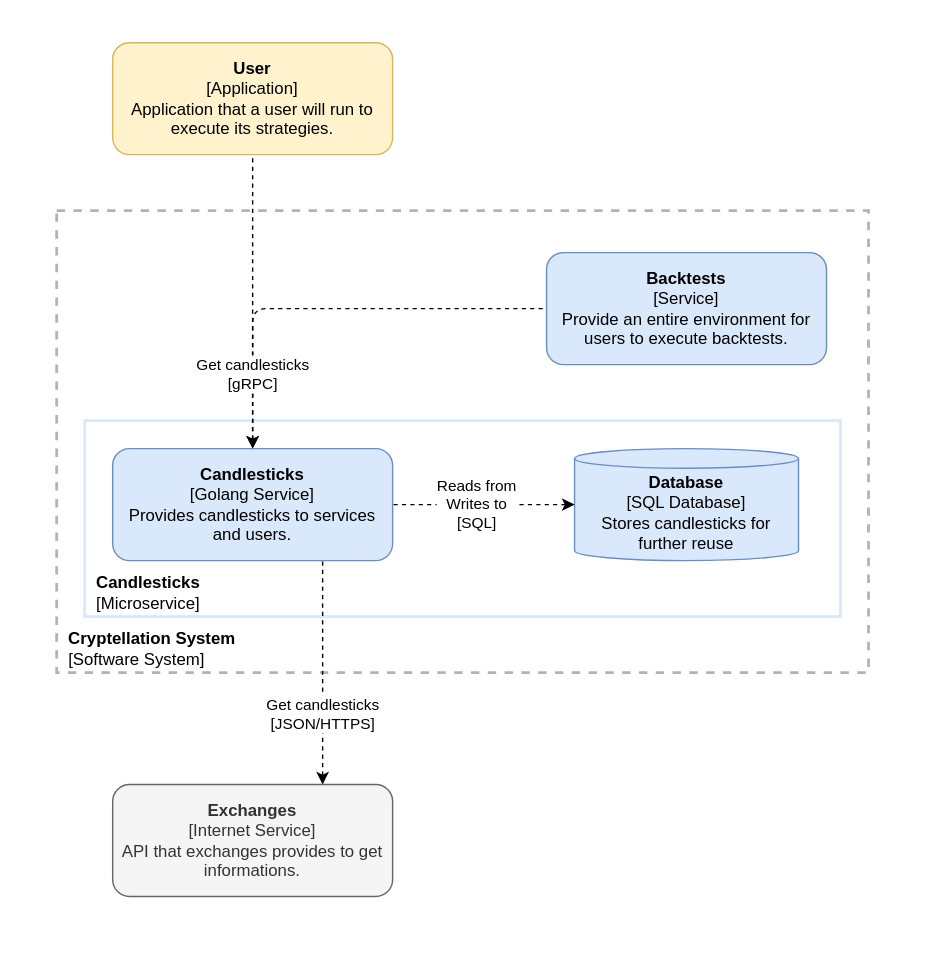
Earlier version of the draw.io export website/docs/services/candlesticks/internal/container-diagram.svg (lerenn/cryptellation). Source tidied: cells renumbered, new cells last; positions are measured from the earlier drawing's top-left corner, leaving out a move shared by most shapes.
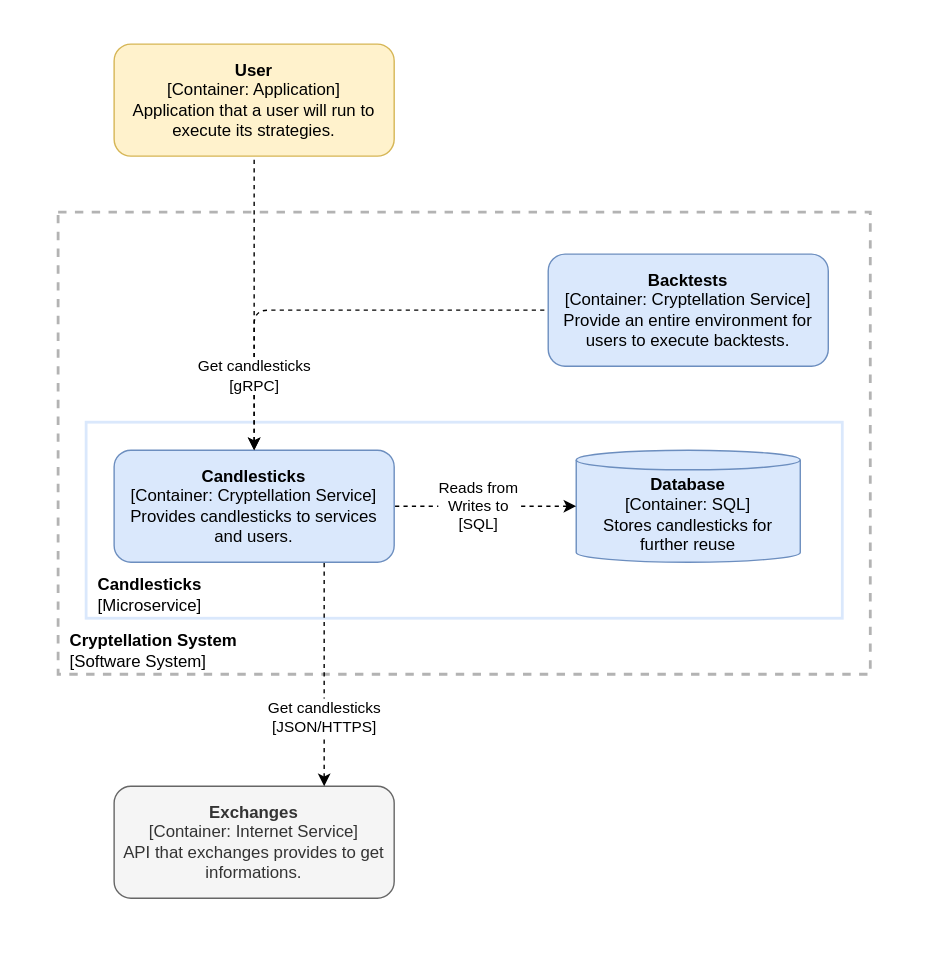
After the change.

Diff of the diagram source:
```diff
@@ -11,16 +11,16 @@
     <mxCell id="4" value="&amp;nbsp; &lt;b&gt;Candlesticks&lt;/b&gt;&lt;br&gt;&amp;nbsp; [Microservice]" style="rounded=0;whiteSpace=wrap;html=1;labelBackgroundColor=none;strokeColor=#DAE8FC;strokeWidth=2;fillColor=none;verticalAlign=bottom;align=left;" parent="1" vertex="1">
       <mxGeometry x="60" y="300" width="540" height="140" as="geometry" />
     </mxCell>
-    <mxCell id="5" value="&lt;b&gt;Candlesticks&lt;/b&gt;&lt;br&gt;[Golang Service]&lt;br&gt;Provides candlesticks to services and users." style="rounded=1;whiteSpace=wrap;html=1;fillColor=#dae8fc;strokeColor=#6c8ebf;" parent="1" vertex="1">
+    <mxCell id="5" value="&lt;b&gt;Candlesticks&lt;/b&gt;&lt;br&gt;[Container: Cryptellation Service]&lt;br&gt;Provides candlesticks to services and users." style="rounded=1;whiteSpace=wrap;html=1;fillColor=#dae8fc;strokeColor=#6c8ebf;" parent="1" vertex="1">
       <mxGeometry x="80" y="320" width="200" height="80" as="geometry" />
     </mxCell>
     <mxCell id="6" value="&lt;font face=&quot;helvetica&quot;&gt;&lt;br&gt;&lt;/font&gt;" style="endArrow=none;dashed=1;html=1;entryX=0;entryY=0.5;entryDx=0;entryDy=0;edgeStyle=orthogonalEdgeStyle;startArrow=classic;startFill=1;exitX=0.5;exitY=0;exitDx=0;exitDy=0;" parent="1" edge="1" source="5" target="13">
       <mxGeometry x="0.55" y="10" relative="1" as="geometry" />
     </mxCell>
-    <mxCell id="7" value="&lt;b&gt;Database&lt;/b&gt;&lt;br&gt;[SQL Database]&lt;br&gt;Stores candlesticks for further reuse" style="shape=cylinder3;whiteSpace=wrap;html=1;boundedLbl=1;backgroundOutline=1;size=7;fillColor=#dae8fc;strokeColor=#6c8ebf;" parent="1" vertex="1">
+    <mxCell id="7" value="&lt;b&gt;Database&lt;/b&gt;&lt;br&gt;[Container: SQL]&lt;br&gt;Stores candlesticks for further reuse" style="shape=cylinder3;whiteSpace=wrap;html=1;boundedLbl=1;backgroundOutline=1;size=7;fillColor=#dae8fc;strokeColor=#6c8ebf;" parent="1" vertex="1">
       <mxGeometry x="410" y="320" width="160" height="80" as="geometry" />
     </mxCell>
-    <mxCell id="8" value="&lt;b style=&quot;color: rgb(51 , 51 , 51)&quot;&gt;Exchanges&lt;/b&gt;&lt;br style=&quot;color: rgb(51 , 51 , 51)&quot;&gt;&lt;span style=&quot;color: rgb(51 , 51 , 51)&quot;&gt;[Internet Service]&lt;/span&gt;&lt;br style=&quot;color: rgb(51 , 51 , 51)&quot;&gt;&lt;span style=&quot;color: rgb(51 , 51 , 51)&quot;&gt;API that exchanges provides to get informations.&lt;/span&gt;" style="rounded=1;whiteSpace=wrap;html=1;fillColor=#f5f5f5;fontColor=#333333;strokeColor=#666666;" parent="1" vertex="1">
+    <mxCell id="8" value="&lt;b style=&quot;color: rgb(51 , 51 , 51)&quot;&gt;Exchanges&lt;/b&gt;&lt;br style=&quot;color: rgb(51 , 51 , 51)&quot;&gt;&lt;span style=&quot;color: rgb(51 , 51 , 51)&quot;&gt;[Container: Internet Service]&lt;/span&gt;&lt;br style=&quot;color: rgb(51 , 51 , 51)&quot;&gt;&lt;span style=&quot;color: rgb(51 , 51 , 51)&quot;&gt;API that exchanges provides to get informations.&lt;/span&gt;" style="rounded=1;whiteSpace=wrap;html=1;fillColor=#f5f5f5;fontColor=#333333;strokeColor=#666666;" parent="1" vertex="1">
       <mxGeometry x="80" y="560" width="200" height="80" as="geometry" />
     </mxCell>
     <mxCell id="9" value="&lt;span style=&quot;color: rgb(0 , 0 , 0) ; font-family: &amp;#34;helvetica&amp;#34; ; font-size: 11px ; font-style: normal ; font-weight: 400 ; letter-spacing: normal ; text-align: center ; text-indent: 0px ; text-transform: none ; word-spacing: 0px ; background-color: rgb(255 , 255 , 255) ; display: inline ; float: none&quot;&gt;Get&amp;nbsp;candlesticks&lt;/span&gt;&lt;br style=&quot;color: rgb(0 , 0 , 0) ; font-family: &amp;#34;helvetica&amp;#34; ; font-size: 11px ; font-style: normal ; font-weight: 400 ; letter-spacing: normal ; text-align: center ; text-indent: 0px ; text-transform: none ; word-spacing: 0px&quot;&gt;&lt;span style=&quot;color: rgb(0 , 0 , 0) ; font-family: &amp;#34;helvetica&amp;#34; ; font-size: 11px ; font-style: normal ; font-weight: 400 ; letter-spacing: normal ; text-align: center ; text-indent: 0px ; text-transform: none ; word-spacing: 0px ; background-color: rgb(255 , 255 , 255) ; display: inline ; float: none&quot;&gt;[JSON/HTTPS]&lt;/span&gt;" style="endArrow=none;dashed=1;html=1;exitX=0.75;exitY=0;exitDx=0;exitDy=0;entryX=0.75;entryY=1;entryDx=0;entryDy=0;edgeStyle=orthogonalEdgeStyle;startArrow=classic;startFill=1;" parent="1" edge="1" source="8" target="5">
@@ -29,7 +29,7 @@
     <mxCell id="10" value="&lt;font face=&quot;helvetica&quot;&gt;Reads from&lt;br&gt;Writes to&lt;br&gt;[SQL]&lt;br&gt;&lt;/font&gt;" style="endArrow=none;dashed=1;html=1;exitX=0;exitY=0.5;exitDx=0;exitDy=0;entryX=1;entryY=0.5;entryDx=0;entryDy=0;edgeStyle=orthogonalEdgeStyle;startArrow=classic;startFill=1;exitPerimeter=0;" parent="1" edge="1" source="7" target="5">
       <mxGeometry x="0.08" relative="1" as="geometry" />
     </mxCell>
-    <mxCell id="11" value="&lt;b style=&quot;color: rgb(0 , 0 , 0) ; font-family: &amp;#34;helvetica&amp;#34; ; font-size: 12px ; font-style: normal ; letter-spacing: normal ; text-align: center ; text-indent: 0px ; text-transform: none ; word-spacing: 0px&quot;&gt;User&lt;/b&gt;&lt;br style=&quot;color: rgb(0 , 0 , 0) ; font-family: &amp;#34;helvetica&amp;#34; ; font-size: 12px ; font-style: normal ; font-weight: 400 ; letter-spacing: normal ; text-align: center ; text-indent: 0px ; text-transform: none ; word-spacing: 0px&quot;&gt;&lt;span style=&quot;color: rgb(0 , 0 , 0) ; font-family: &amp;#34;helvetica&amp;#34; ; font-size: 12px ; font-style: normal ; font-weight: 400 ; letter-spacing: normal ; text-align: center ; text-indent: 0px ; text-transform: none ; word-spacing: 0px ; display: inline ; float: none&quot;&gt;[Application]&lt;/span&gt;&lt;br style=&quot;color: rgb(0 , 0 , 0) ; font-family: &amp;#34;helvetica&amp;#34; ; font-size: 12px ; font-style: normal ; font-weight: 400 ; letter-spacing: normal ; text-align: center ; text-indent: 0px ; text-transform: none ; word-spacing: 0px&quot;&gt;&lt;span style=&quot;color: rgb(0 , 0 , 0) ; font-family: &amp;#34;helvetica&amp;#34; ; font-size: 12px ; font-style: normal ; font-weight: 400 ; letter-spacing: normal ; text-align: center ; text-indent: 0px ; text-transform: none ; word-spacing: 0px ; display: inline ; float: none&quot;&gt;Application that a user will run to execute its strategies.&lt;/span&gt;" style="rounded=1;whiteSpace=wrap;html=1;strokeColor=#d6b656;strokeWidth=1;fillColor=#fff2cc;" parent="1" vertex="1">
+    <mxCell id="11" value="&lt;b style=&quot;color: rgb(0 , 0 , 0) ; font-family: &amp;#34;helvetica&amp;#34; ; font-size: 12px ; font-style: normal ; letter-spacing: normal ; text-align: center ; text-indent: 0px ; text-transform: none ; word-spacing: 0px&quot;&gt;User&lt;/b&gt;&lt;br style=&quot;color: rgb(0 , 0 , 0) ; font-family: &amp;#34;helvetica&amp;#34; ; font-size: 12px ; font-style: normal ; font-weight: 400 ; letter-spacing: normal ; text-align: center ; text-indent: 0px ; text-transform: none ; word-spacing: 0px&quot;&gt;&lt;span style=&quot;color: rgb(0 , 0 , 0) ; font-family: &amp;#34;helvetica&amp;#34; ; font-size: 12px ; font-style: normal ; font-weight: 400 ; letter-spacing: normal ; text-align: center ; text-indent: 0px ; text-transform: none ; word-spacing: 0px ; display: inline ; float: none&quot;&gt;[Container: Application]&lt;/span&gt;&lt;br style=&quot;color: rgb(0 , 0 , 0) ; font-family: &amp;#34;helvetica&amp;#34; ; font-size: 12px ; font-style: normal ; font-weight: 400 ; letter-spacing: normal ; text-align: center ; text-indent: 0px ; text-transform: none ; word-spacing: 0px&quot;&gt;&lt;span style=&quot;color: rgb(0 , 0 , 0) ; font-family: &amp;#34;helvetica&amp;#34; ; font-size: 12px ; font-style: normal ; font-weight: 400 ; letter-spacing: normal ; text-align: center ; text-indent: 0px ; text-transform: none ; word-spacing: 0px ; display: inline ; float: none&quot;&gt;Application that a user will run to execute its strategies.&lt;/span&gt;" style="rounded=1;whiteSpace=wrap;html=1;strokeColor=#d6b656;strokeWidth=1;fillColor=#fff2cc;" parent="1" vertex="1">
       <mxGeometry x="80" y="30" width="200" height="80" as="geometry" />
     </mxCell>
     <mxCell id="12" value="&lt;font face=&quot;helvetica&quot;&gt;Get candlesticks&lt;br&gt;[gRPC]&lt;br&gt;&lt;/font&gt;" style="endArrow=none;dashed=1;html=1;entryX=0.5;entryY=1;entryDx=0;entryDy=0;edgeStyle=orthogonalEdgeStyle;startArrow=classic;startFill=1;" parent="1" edge="1" target="11">
@@ -37,7 +37,7 @@
         <mxPoint x="180" y="320" as="sourcePoint" />
       </mxGeometry>
     </mxCell>
-    <mxCell id="13" value="&lt;b&gt;Backtests&lt;/b&gt;&lt;br&gt;[Service]&lt;br&gt;Provide an entire environment for users to execute backtests." style="rounded=1;whiteSpace=wrap;html=1;fillColor=#dae8fc;strokeColor=#6c8ebf;" parent="1" vertex="1">
+    <mxCell id="13" value="&lt;b&gt;Backtests&lt;/b&gt;&lt;br&gt;[Container: Cryptellation Service]&lt;br&gt;Provide an entire environment for users to execute backtests." style="rounded=1;whiteSpace=wrap;html=1;fillColor=#dae8fc;strokeColor=#6c8ebf;" parent="1" vertex="1">
       <mxGeometry x="390" y="180" width="200" height="80" as="geometry" />
     </mxCell>
   </root>
```
